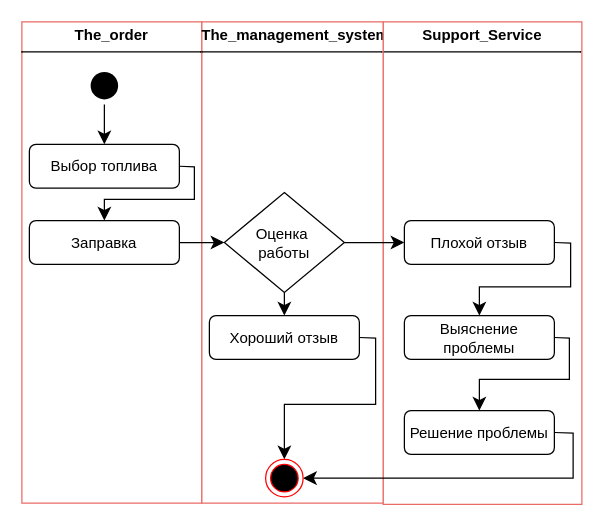
Helpmepleaseitishard/Aikms keeps this draw.io diagram as page "Page-5" (5 of 5) of 3.drawio. Above is the earlier version. Source tidied: cells renumbered, new cells numbered last; positions are measured from the earlier drawing's top-left corner, leaving out a move shared by most shapes. Both pictures are drawn from the tidied source at 125%, with x=0, y=0 at pixel (21, 21).
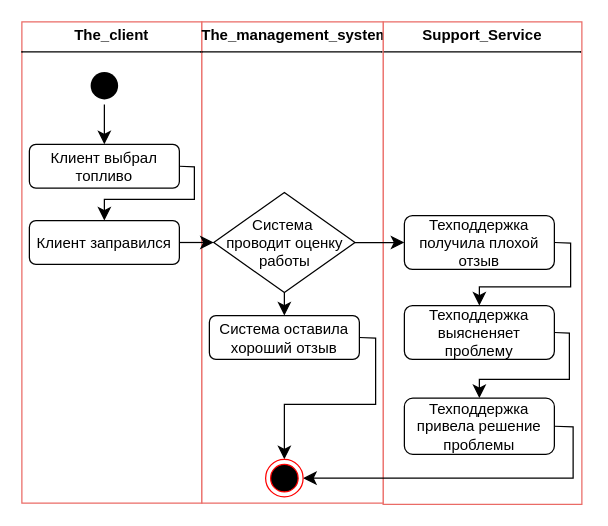
Above is the later version.

The change refers to these unchanged cells:
```xml
<mxCell id="14" style="ellipse;html=1;shape=endState;fillColor=#000000;strokeColor=#ff0000;" parent="1" vertex="1">
  <mxGeometry x="195" y="350" width="30" height="30" as="geometry" />
</mxCell>
```

What changed in the source:
```diff
@@
-    <mxCell id="2" value="&lt;p style=&quot;margin:0px;margin-top:4px;text-align:center;&quot;&gt;&lt;b&gt;The_order&lt;/b&gt;&lt;/p&gt;&lt;hr size=&quot;1&quot; style=&quot;border-style:solid;&quot;&gt;&lt;div style=&quot;height:2px;&quot;&gt;&lt;/div&gt;" style="verticalAlign=top;align=left;overflow=fill;html=1;whiteSpace=wrap;strokeColor=#EA6B66;" parent="1" vertex="1">
+    <mxCell id="2" value="&lt;p style=&quot;margin:0px;margin-top:4px;text-align:center;&quot;&gt;&lt;b&gt;The_client&lt;/b&gt;&lt;/p&gt;&lt;hr size=&quot;1&quot; style=&quot;border-style:solid;&quot;&gt;&lt;div style=&quot;height:2px;&quot;&gt;&lt;/div&gt;" style="verticalAlign=top;align=left;overflow=fill;html=1;whiteSpace=wrap;strokeColor=#EA6B66;" parent="1" vertex="1">
       <mxGeometry width="144" height="385" as="geometry" />
     </mxCell>
@@
     <mxCell id="7" style="edgeStyle=none;curved=0;rounded=0;jettySize=auto;html=1;exitX=1;exitY=0.5;exitDx=0;exitDy=0;entryX=1;entryY=0.5;entryDx=0;entryDy=0;fontSize=12;startSize=8;endSize=8;" parent="1" edge="1" source="22" target="14">
       <mxGeometry relative="1" as="geometry">
         <Array as="points">
-          <mxPoint x="441" y="329" />
+          <mxPoint x="441" y="324" />
           <mxPoint x="441" y="365" />
         </Array>
       </mxGeometry>
     </mxCell>
@@
     <mxCell id="13" style="edgeStyle=none;curved=0;rounded=0;jettySize=auto;html=1;exitX=1;exitY=0.5;exitDx=0;exitDy=0;entryX=0.5;entryY=0;entryDx=0;entryDy=0;fontSize=12;startSize=8;endSize=8;" parent="1" edge="1" source="21" target="22">
       <mxGeometry relative="1" as="geometry">
         <Array as="points">
-          <mxPoint x="438" y="253" />
+          <mxPoint x="438" y="249" />
           <mxPoint x="438" y="286" />
           <mxPoint x="366" y="286" />
         </Array>
       </mxGeometry>
     </mxCell>
@@
-    <mxCell id="16" value="&lt;div&gt;Оценка&amp;nbsp;&lt;/div&gt;&lt;div&gt;работы&lt;/div&gt;" style="rhombus;whiteSpace=wrap;html=1;" parent="1" vertex="1">
-      <mxGeometry x="162" y="136.5" width="96" height="80" as="geometry" />
+    <mxCell id="16" value="&lt;div&gt;Система&amp;nbsp;&lt;/div&gt;&lt;div&gt;проводит оценку &lt;br&gt;&lt;/div&gt;&lt;div&gt;работы&lt;/div&gt;" style="rhombus;whiteSpace=wrap;html=1;" parent="1" vertex="1">
+      <mxGeometry x="153.5" y="136.5" width="113" height="80" as="geometry" />
     </mxCell>
-    <mxCell id="17" value="Выбор топлива" style="rounded=1;whiteSpace=wrap;html=1;" parent="1" vertex="1">
+    <mxCell id="17" value="Клиент выбрал топливо" style="rounded=1;whiteSpace=wrap;html=1;" parent="1" vertex="1">
       <mxGeometry x="6" y="98" width="120" height="35" as="geometry" />
     </mxCell>
-    <mxCell id="18" value="Заправка" style="rounded=1;whiteSpace=wrap;html=1;" parent="1" vertex="1">
+    <mxCell id="18" value="Клиент заправился" style="rounded=1;whiteSpace=wrap;html=1;" parent="1" vertex="1">
       <mxGeometry x="6" y="159" width="120" height="35" as="geometry" />
     </mxCell>
-    <mxCell id="19" value="Хороший отзыв" style="rounded=1;whiteSpace=wrap;html=1;" parent="1" vertex="1">
+    <mxCell id="19" value="Система оставила хороший отзыв" style="rounded=1;whiteSpace=wrap;html=1;" parent="1" vertex="1">
       <mxGeometry x="150" y="235" width="120" height="35" as="geometry" />
     </mxCell>
-    <mxCell id="20" value="Плохой отзыв" style="rounded=1;whiteSpace=wrap;html=1;" parent="1" vertex="1">
-      <mxGeometry x="306" y="159" width="120" height="35" as="geometry" />
+    <mxCell id="20" value="Техподдержка получила плохой отзыв" style="rounded=1;whiteSpace=wrap;html=1;" parent="1" vertex="1">
+      <mxGeometry x="306" y="155" width="120" height="43" as="geometry" />
     </mxCell>
-    <mxCell id="21" value="Выяснение проблемы" style="rounded=1;whiteSpace=wrap;html=1;" parent="1" vertex="1">
-      <mxGeometry x="306" y="235" width="120" height="35" as="geometry" />
+    <mxCell id="21" value="Техподдержка выясненяет проблему" style="rounded=1;whiteSpace=wrap;html=1;" parent="1" vertex="1">
+      <mxGeometry x="306" y="227" width="120" height="43" as="geometry" />
     </mxCell>
-    <mxCell id="22" value="Решение проблемы" style="rounded=1;whiteSpace=wrap;html=1;" parent="1" vertex="1">
-      <mxGeometry x="306" y="311" width="120" height="35" as="geometry" />
+    <mxCell id="22" value="Техподдержка привела решение проблемы" style="rounded=1;whiteSpace=wrap;html=1;" parent="1" vertex="1">
+      <mxGeometry x="306" y="301" width="120" height="45" as="geometry" />
     </mxCell>
```
